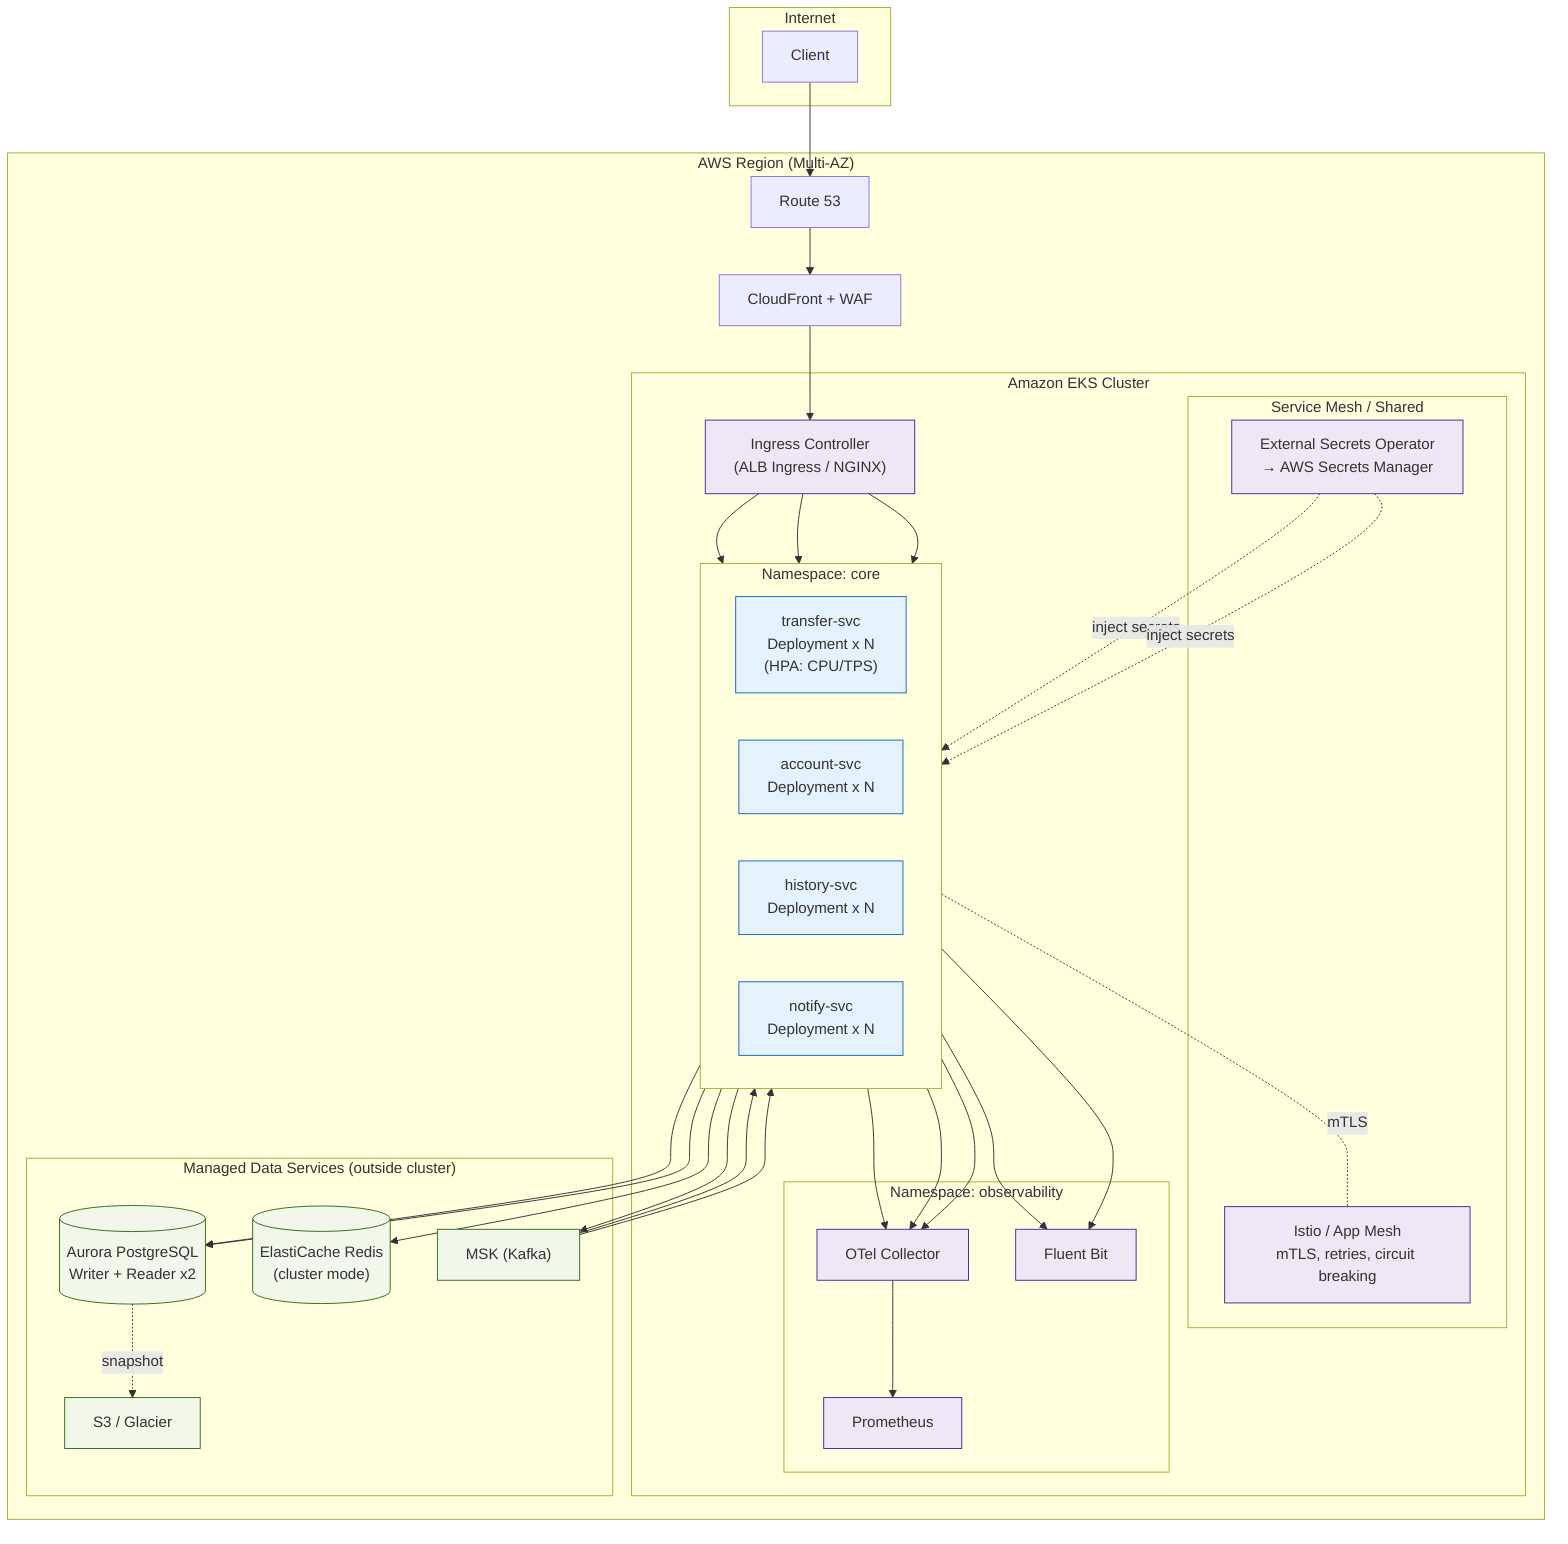
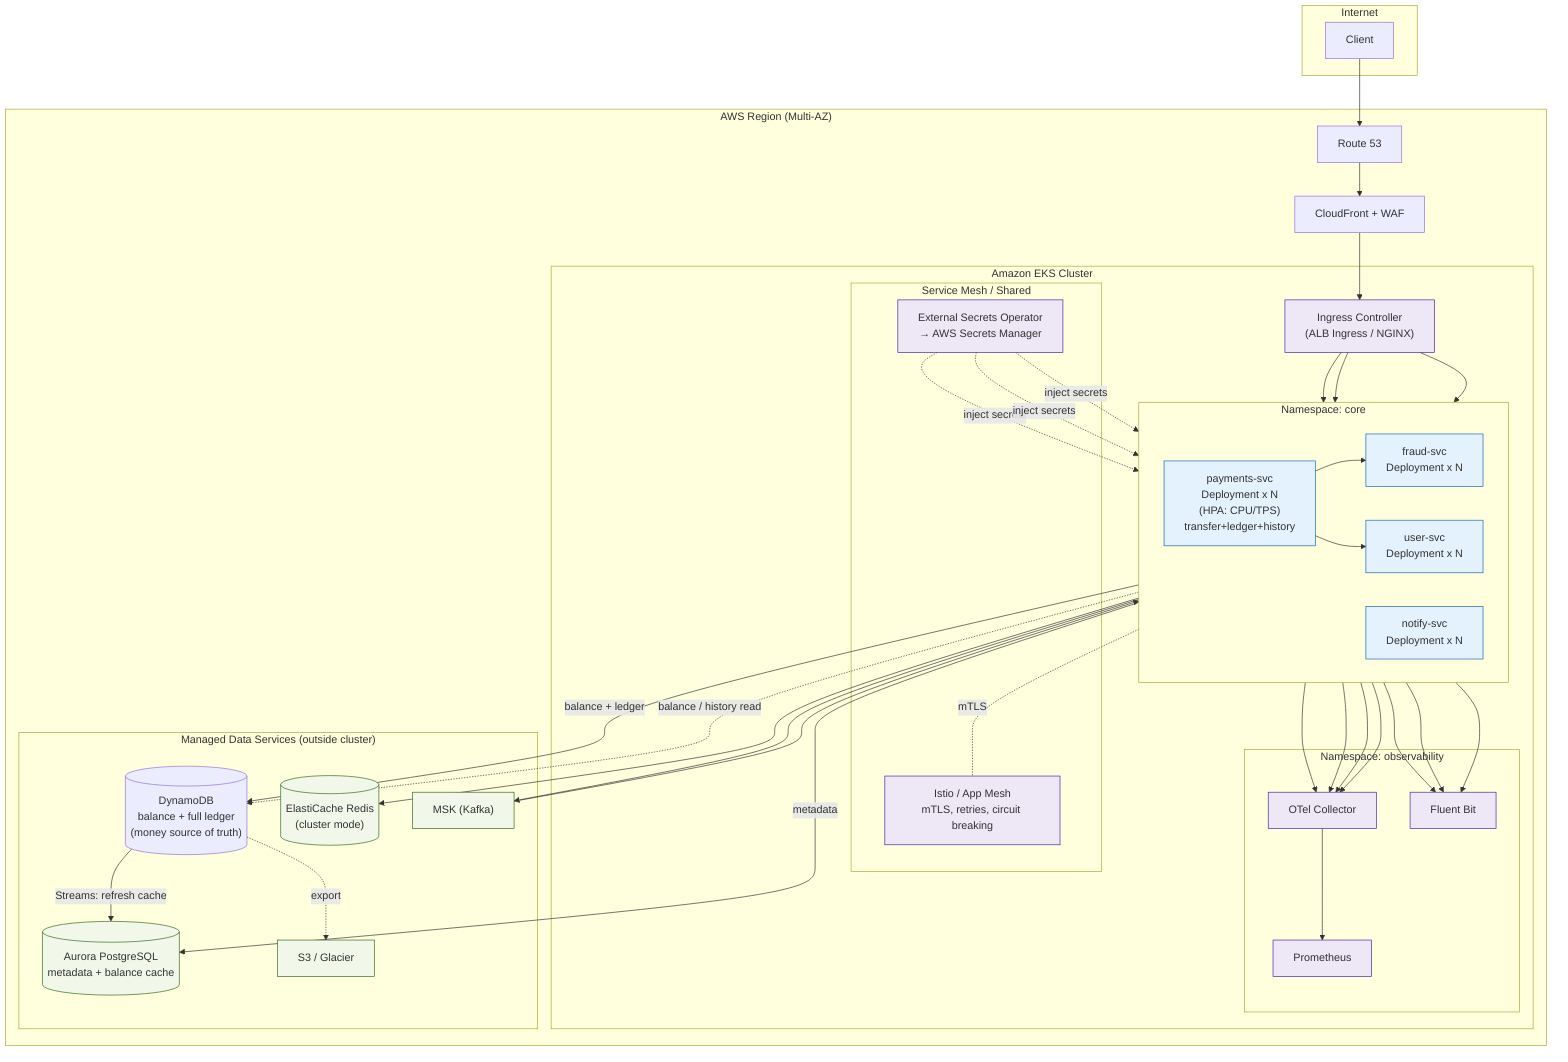
graph TB
    subgraph Internet["Internet"]
        U["Client"]
    end

    subgraph AWS["AWS Region (Multi-AZ)"]
        R53["Route 53"]
        WAFCF["CloudFront + WAF"]

        subgraph EKS["Amazon EKS Cluster"]
            ING["Ingress Controller<br/>(ALB Ingress / NGINX)"]

            subgraph NSCore["Namespace: core"]
                direction LR
-                 TPOD["transfer-svc<br/>Deployment x N<br/>(HPA: CPU/TPS)"]
-                 APOD["account-svc<br/>Deployment x N"]
-                 HPOD["history-svc<br/>Deployment x N"]
+                 TPOD["payments-svc<br/>Deployment x N<br/>(HPA: CPU/TPS)<br/>transfer+ledger+history"]
+                 FPOD["fraud-svc<br/>Deployment x N"]
+                 UPOD["user-svc<br/>Deployment x N"]
                NPOD["notify-svc<br/>Deployment x N"]
            end

            subgraph NSMesh["Service Mesh / Shared"]
                MESH["Istio / App Mesh<br/>mTLS, retries, circuit breaking"]
                ESO["External Secrets Operator<br/>→ AWS Secrets Manager"]
            end

            subgraph NSObs["Namespace: observability"]
                PROM["Prometheus"]
                OTEL["OTel Collector"]
                FLUENT["Fluent Bit"]
            end
        end

        subgraph Managed["Managed Data Services (outside cluster)"]
-             AURORA[("Aurora PostgreSQL<br/>Writer + Reader x2")]
+             DDB[("DynamoDB<br/>balance + full ledger<br/>(money source of truth)")]
+             AURORA[("Aurora PostgreSQL<br/>metadata + balance cache")]
            REDIS[("ElastiCache Redis<br/>(cluster mode)")]
            MSK["MSK (Kafka)"]
            S3B["S3 / Glacier"]
        end
    end

    U --> R53 --> WAFCF --> ING
-     ING --> TPOD & APOD & HPOD
+     ING --> TPOD & FPOD & UPOD
    TPOD -.mTLS.- MESH
-     APOD --> AURORA
-     APOD --> REDIS
+     TPOD -->|balance + ledger| DDB
+     TPOD -->|metadata| AURORA
+     TPOD --> REDIS
+     TPOD --> FPOD & UPOD
    TPOD --> MSK
-     MSK --> NPOD & HPOD
-     HPOD --> AURORA
-     ESO -.inject secrets.-> TPOD & APOD
-     TPOD & APOD & HPOD --> OTEL
+     MSK --> NPOD
+     TPOD -.balance / history read.-> DDB
+     DDB -->|Streams: refresh cache| AURORA
+     ESO -.inject secrets.-> TPOD & FPOD & UPOD
+     TPOD & FPOD & UPOD & NPOD --> OTEL
    OTEL --> PROM
-     TPOD & APOD --> FLUENT
-     AURORA -.snapshot.-> S3B
+     TPOD & FPOD & UPOD --> FLUENT
+     DDB -.export.-> S3B

    classDef pod fill:#e3f2fd,stroke:#1565c0,stroke-width:1px;
    classDef infra fill:#ede7f6,stroke:#4527a0,stroke-width:1px;
    classDef data fill:#f1f8e9,stroke:#33691e,stroke-width:1px;
-     class TPOD,APOD,HPOD,NPOD pod;
+     class TPOD,FPOD,UPOD,NPOD pod;
    class MESH,ESO,PROM,OTEL,FLUENT,ING infra;
    class AURORA,REDIS,MSK,S3B data;
